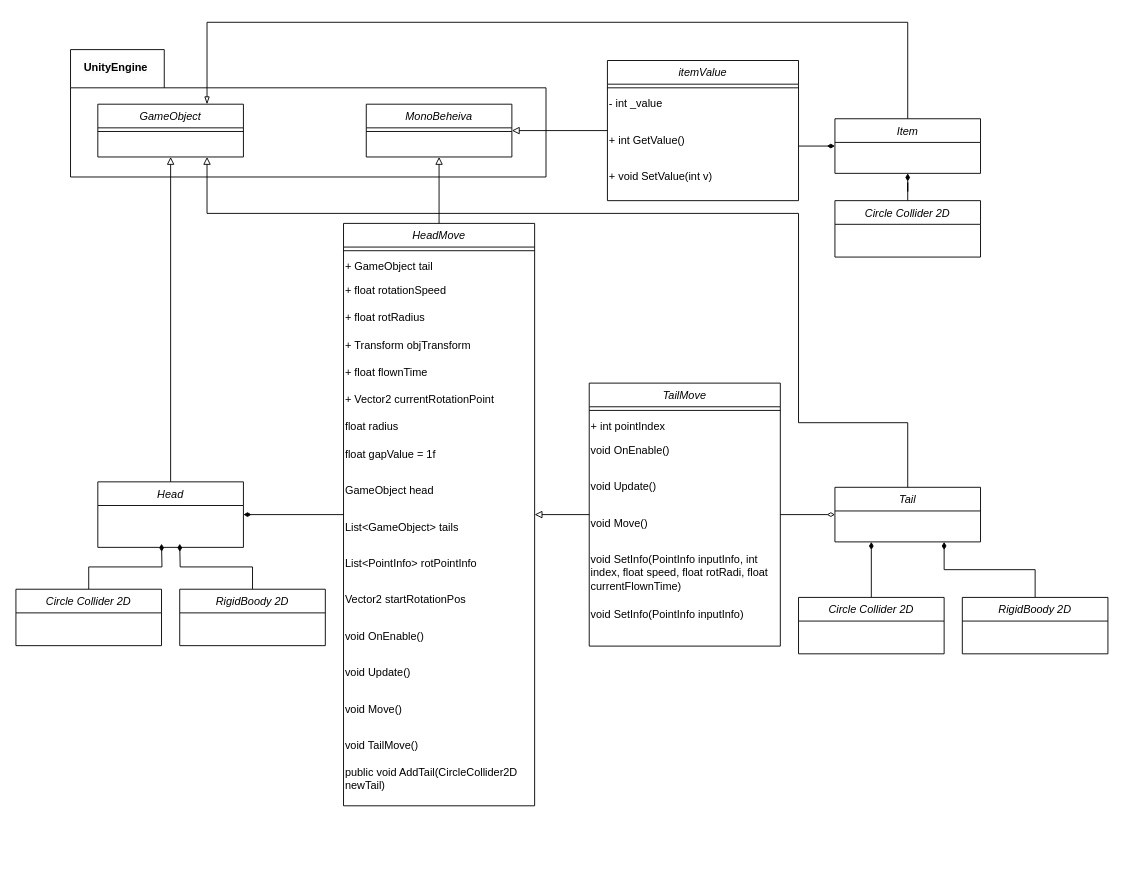
Earlier version of the draw.io diagram reports/Head.drawio (oop23-of-CIEN/oop_proj4_unity). Source tidied: cells renumbered, new cells numbered last; positions are measured from the earlier drawing's top-left corner, leaving out a move shared by most shapes. Both pictures are drawn from the tidied source at 91%, with x=0, y=0 at pixel (15, 22).
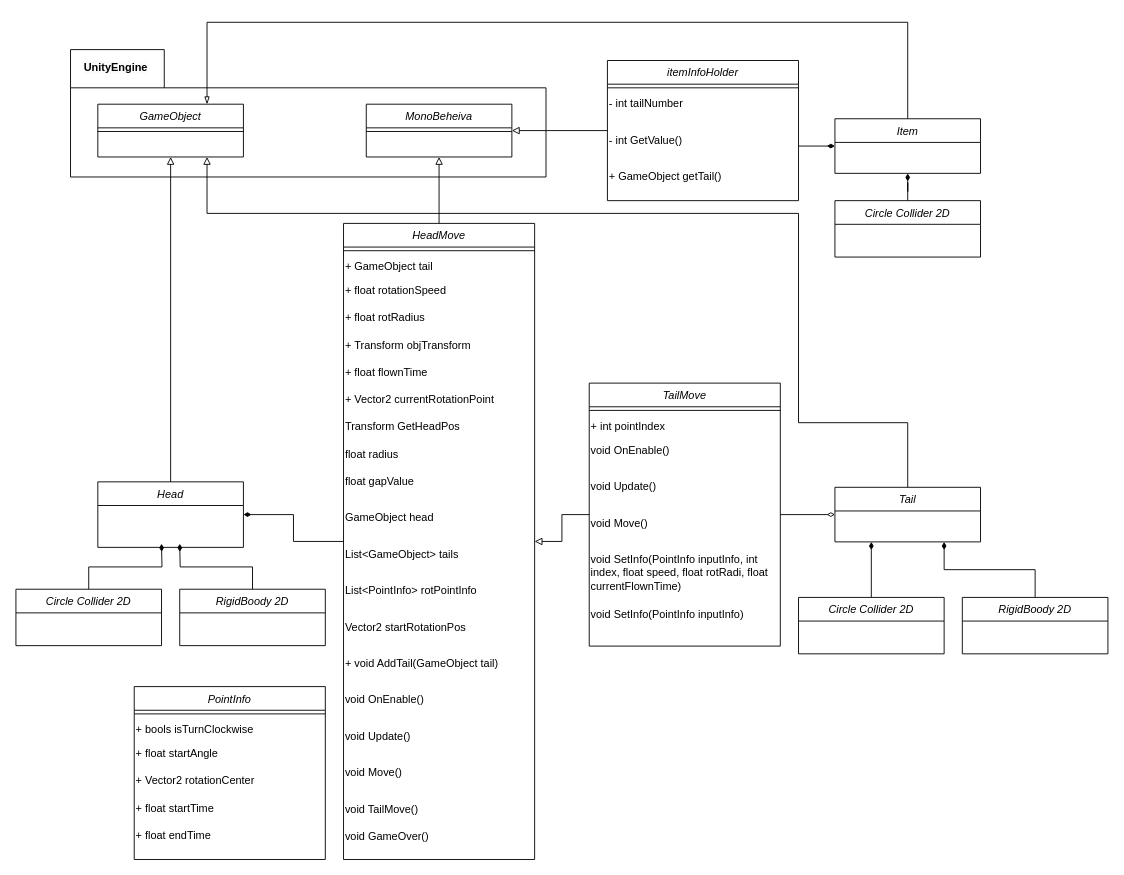
Above is the later version.

The edit, as a diff of the source:
```diff
@@
     <mxCell id="4" value="HeadMove" style="swimlane;fontStyle=2;align=center;verticalAlign=top;horizontal=1;startSize=26;rounded=0;shadow=0;strokeWidth=1;" parent="1" vertex="1">
-      <mxGeometry x="360" y="221" width="210" height="640" as="geometry" />
+      <mxGeometry x="360" y="221" width="210" height="699" as="geometry" />
     </mxCell>
@@
+    <mxCell id="62" value="Transform GetHeadPos" style="text;whiteSpace=wrap;" parent="4" vertex="1">
+      <mxGeometry y="210" width="210" height="30" as="geometry" />
+    </mxCell>
     <mxCell id="12" value="float radius" style="text;whiteSpace=wrap;" parent="4" vertex="1">
-      <mxGeometry y="210" width="210" height="30" as="geometry" />
+      <mxGeometry y="240" width="210" height="30" as="geometry" />
     </mxCell>
-    <mxCell id="13" value="float gapValue = 1f" style="text;whiteSpace=wrap;" parent="4" vertex="1">
-      <mxGeometry y="240" width="210" height="40" as="geometry" />
+    <mxCell id="13" value="float gapValue" style="text;whiteSpace=wrap;" parent="4" vertex="1">
+      <mxGeometry y="270" width="210" height="40" as="geometry" />
     </mxCell>
     <mxCell id="14" value="GameObject head" style="text;whiteSpace=wrap;" parent="4" vertex="1">
-      <mxGeometry y="280" width="210" height="40" as="geometry" />
+      <mxGeometry y="310" width="210" height="40" as="geometry" />
     </mxCell>
     <mxCell id="15" value="List&lt;GameObject&gt; tails" style="text;whiteSpace=wrap;" parent="4" vertex="1">
-      <mxGeometry y="320" width="210" height="40" as="geometry" />
+      <mxGeometry y="350" width="210" height="40" as="geometry" />
     </mxCell>
     <mxCell id="16" value="List&lt;PointInfo&gt; rotPointInfo" style="text;whiteSpace=wrap;" parent="4" vertex="1">
-      <mxGeometry y="360" width="210" height="40" as="geometry" />
+      <mxGeometry y="390" width="210" height="40" as="geometry" />
     </mxCell>
     <mxCell id="17" value="Vector2 startRotationPos" style="text;whiteSpace=wrap;" parent="4" vertex="1">
-      <mxGeometry y="400" width="210" height="40" as="geometry" />
+      <mxGeometry y="430" width="210" height="40" as="geometry" />
     </mxCell>
+    <mxCell id="22" value="+ void AddTail(GameObject tail)" style="text;whiteSpace=wrap;" parent="4" vertex="1">
+      <mxGeometry y="470" width="210" height="40" as="geometry" />
+    </mxCell>
     <mxCell id="18" value="void OnEnable()" style="text;whiteSpace=wrap;" parent="4" vertex="1">
-      <mxGeometry y="440" width="210" height="40" as="geometry" />
+      <mxGeometry y="510" width="210" height="40" as="geometry" />
     </mxCell>
     <mxCell id="19" value="void Update()" style="text;whiteSpace=wrap;" parent="4" vertex="1">
-      <mxGeometry y="480" width="210" height="40" as="geometry" />
+      <mxGeometry y="550" width="210" height="40" as="geometry" />
     </mxCell>
     <mxCell id="20" value="void Move()" style="text;whiteSpace=wrap;" parent="4" vertex="1">
-      <mxGeometry y="520" width="210" height="40" as="geometry" />
+      <mxGeometry y="590" width="210" height="40" as="geometry" />
     </mxCell>
     <mxCell id="21" value="void TailMove()" style="text;whiteSpace=wrap;" parent="4" vertex="1">
-      <mxGeometry y="560" width="210" height="30" as="geometry" />
+      <mxGeometry y="630" width="210" height="30" as="geometry" />
     </mxCell>
-    <mxCell id="22" value="public void AddTail(CircleCollider2D newTail)" style="text;whiteSpace=wrap;" parent="4" vertex="1">
-      <mxGeometry y="590" width="210" height="40" as="geometry" />
-    </mxCell>
+    <mxCell id="63" value="void GameOver()" style="text;whiteSpace=wrap;" parent="4" vertex="1">
+      <mxGeometry y="660" width="210" height="30" as="geometry" />
+    </mxCell>
@@
-    <mxCell id="48" value="itemValue" style="swimlane;fontStyle=2;align=center;verticalAlign=top;horizontal=1;startSize=26;rounded=0;shadow=0;strokeWidth=1;" parent="1" vertex="1">
+    <mxCell id="48" value="itemInfoHolder" style="swimlane;fontStyle=2;align=center;verticalAlign=top;horizontal=1;startSize=26;rounded=0;shadow=0;strokeWidth=1;" parent="1" vertex="1">
       <mxGeometry x="650" y="42" width="210" height="154" as="geometry" />
     </mxCell>
@@
-    <mxCell id="50" value="- int _value" style="text;whiteSpace=wrap;" parent="48" vertex="1">
+    <mxCell id="50" value="- int tailNumber" style="text;whiteSpace=wrap;" parent="48" vertex="1">
       <mxGeometry y="34" width="210" height="40" as="geometry" />
     </mxCell>
-    <mxCell id="51" value="+ int GetValue()" style="text;whiteSpace=wrap;" parent="48" vertex="1">
+    <mxCell id="51" value="- int GetValue()" style="text;whiteSpace=wrap;" parent="48" vertex="1">
       <mxGeometry y="74" width="210" height="40" as="geometry" />
     </mxCell>
-    <mxCell id="52" value="+ void SetValue(int v)" style="text;whiteSpace=wrap;" parent="48" vertex="1">
+    <mxCell id="52" value="+ GameObject getTail()" style="text;whiteSpace=wrap;" parent="48" vertex="1">
       <mxGeometry y="114" width="210" height="40" as="geometry" />
     </mxCell>
@@
+    <mxCell id="64" value="PointInfo" style="swimlane;fontStyle=2;align=center;verticalAlign=top;horizontal=1;startSize=26;rounded=0;shadow=0;strokeWidth=1;" parent="1" vertex="1">
+      <mxGeometry x="130" y="730" width="210" height="190" as="geometry" />
+    </mxCell>
+    <mxCell id="65" style="line;html=1;strokeWidth=1;align=left;verticalAlign=middle;spacingTop=-1;spacingLeft=3;spacingRight=3;labelPosition=right;" parent="64" vertex="1">
+      <mxGeometry y="26" width="210" height="8" as="geometry" />
+    </mxCell>
+    <mxCell id="66" value="+ bools isTurnClockwise" style="text;whiteSpace=wrap;" parent="64" vertex="1">
+      <mxGeometry y="34" width="210" height="26" as="geometry" />
+    </mxCell>
+    <mxCell id="67" value="+ float startAngle" style="text;whiteSpace=wrap;" parent="64" vertex="1">
+      <mxGeometry y="60" width="210" height="30" as="geometry" />
+    </mxCell>
+    <mxCell id="68" value="+ Vector2 rotationCenter" style="text;whiteSpace=wrap;" parent="64" vertex="1">
+      <mxGeometry y="90" width="210" height="30" as="geometry" />
+    </mxCell>
+    <mxCell id="69" value="+ float startTime" style="text;whiteSpace=wrap;" parent="64" vertex="1">
+      <mxGeometry y="120" width="210" height="30" as="geometry" />
+    </mxCell>
+    <mxCell id="70" value="+ float endTime" style="text;whiteSpace=wrap;" parent="64" vertex="1">
+      <mxGeometry y="150" width="210" height="30" as="geometry" />
+    </mxCell>
```
